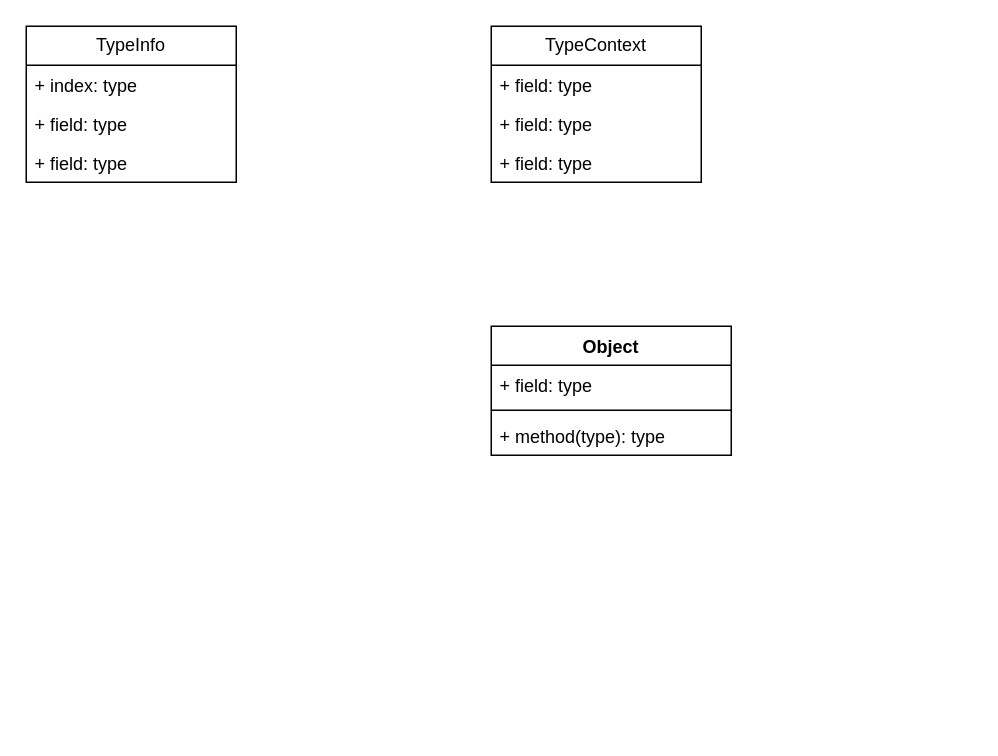
gdhzyz/draws keeps this draw.io diagram as page "第 2 页" (2 of 2) of 未命名绘图.drawio. Above is the earlier version. Source tidied: cells renumbered, new cells numbered last; positions are measured from the earlier drawing's top-left corner, leaving out a move shared by most shapes. Both pictures are drawn from the tidied source at 150%, with x=0, y=0 at pixel (26, 26).
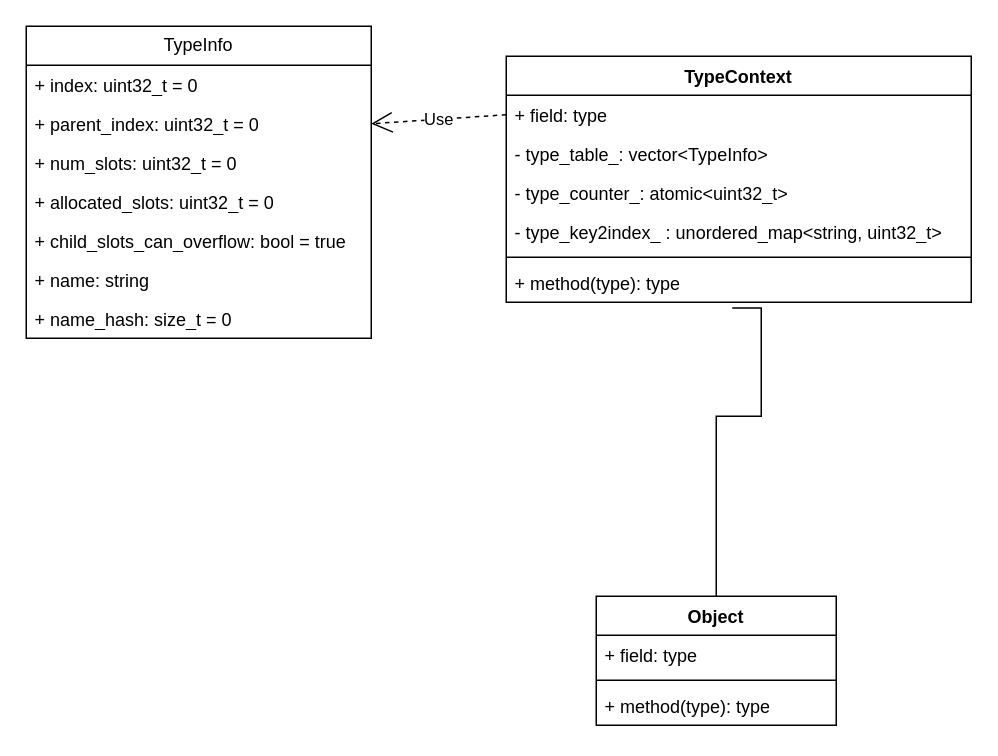
Above is the later version.

The edit, as a diff of the source:
```diff
@@
     <mxCell id="2" value="TypeInfo" style="swimlane;fontStyle=0;horizontal=1;startSize=26;fillColor=none;whiteSpace=wrap;html=1;" parent="1" vertex="1">
-      <mxGeometry width="140" height="104" as="geometry" />
+      <mxGeometry width="230" height="208" as="geometry" />
     </mxCell>
-    <mxCell id="3" value="+ index: type" style="text;strokeColor=none;fillColor=none;align=left;verticalAlign=top;spacingLeft=4;spacingRight=4;overflow=hidden;whiteSpace=wrap;html=1;" parent="2" vertex="1">
-      <mxGeometry y="26" width="140" height="26" as="geometry" />
+    <mxCell id="3" value="+ index: uint32_t = 0" style="text;strokeColor=none;fillColor=none;align=left;verticalAlign=top;spacingLeft=4;spacingRight=4;overflow=hidden;whiteSpace=wrap;html=1;" parent="2" vertex="1">
+      <mxGeometry y="26" width="230" height="26" as="geometry" />
     </mxCell>
-    <mxCell id="4" value="+ field: type" style="text;strokeColor=none;fillColor=none;align=left;verticalAlign=top;spacingLeft=4;spacingRight=4;overflow=hidden;points=[[0,0.5],[1,0.5]];portConstraint=eastwest;whiteSpace=wrap;html=1;" parent="2" vertex="1">
-      <mxGeometry y="52" width="140" height="26" as="geometry" />
+    <mxCell id="4" value="+ parent_index: uint32_t = 0" style="text;strokeColor=none;fillColor=none;align=left;verticalAlign=top;spacingLeft=4;spacingRight=4;overflow=hidden;points=[[0,0.5],[1,0.5]];portConstraint=eastwest;whiteSpace=wrap;html=1;" parent="2" vertex="1">
+      <mxGeometry y="52" width="230" height="26" as="geometry" />
     </mxCell>
-    <mxCell id="5" value="+ field: type" style="text;strokeColor=none;fillColor=none;align=left;verticalAlign=top;spacingLeft=4;spacingRight=4;overflow=hidden;whiteSpace=wrap;html=1;" parent="2" vertex="1">
-      <mxGeometry y="78" width="140" height="26" as="geometry" />
+    <mxCell id="5" value="+ num_slots: uint32_t = 0" style="text;strokeColor=none;fillColor=none;align=left;verticalAlign=top;spacingLeft=4;spacingRight=4;overflow=hidden;whiteSpace=wrap;html=1;" parent="2" vertex="1">
+      <mxGeometry y="78" width="230" height="26" as="geometry" />
     </mxCell>
-    <mxCell id="6" value="TypeContext" style="swimlane;fontStyle=0;horizontal=1;startSize=26;fillColor=none;whiteSpace=wrap;html=1;" parent="1" vertex="1">
-      <mxGeometry x="310" width="140" height="104" as="geometry" />
-    </mxCell>
-    <mxCell id="7" value="+ field: type" style="text;strokeColor=none;fillColor=none;align=left;verticalAlign=top;spacingLeft=4;spacingRight=4;overflow=hidden;whiteSpace=wrap;html=1;" parent="6" vertex="1">
-      <mxGeometry y="26" width="140" height="26" as="geometry" />
-    </mxCell>
-    <mxCell id="8" value="+ field: type" style="text;strokeColor=none;fillColor=none;align=left;verticalAlign=top;spacingLeft=4;spacingRight=4;overflow=hidden;whiteSpace=wrap;html=1;" parent="6" vertex="1">
-      <mxGeometry y="52" width="140" height="26" as="geometry" />
-    </mxCell>
-    <mxCell id="9" value="+ field: type" style="text;strokeColor=none;fillColor=none;align=left;verticalAlign=top;spacingLeft=4;spacingRight=4;overflow=hidden;whiteSpace=wrap;html=1;" parent="6" vertex="1">
-      <mxGeometry y="78" width="140" height="26" as="geometry" />
-    </mxCell>
+    <mxCell id="14" value="+ allocated_slots: uint32_t = 0" style="text;strokeColor=none;fillColor=none;align=left;verticalAlign=top;spacingLeft=4;spacingRight=4;overflow=hidden;whiteSpace=wrap;html=1;" parent="2" vertex="1">
+      <mxGeometry y="104" width="230" height="26" as="geometry" />
+    </mxCell>
+    <mxCell id="15" value="+ child_slots_can_overflow: bool = true" style="text;strokeColor=none;fillColor=none;align=left;verticalAlign=top;spacingLeft=4;spacingRight=4;overflow=hidden;whiteSpace=wrap;html=1;" parent="2" vertex="1">
+      <mxGeometry y="130" width="230" height="26" as="geometry" />
+    </mxCell>
+    <mxCell id="16" value="+ name: string" style="text;strokeColor=none;fillColor=none;align=left;verticalAlign=top;spacingLeft=4;spacingRight=4;overflow=hidden;whiteSpace=wrap;html=1;" parent="2" vertex="1">
+      <mxGeometry y="156" width="230" height="26" as="geometry" />
+    </mxCell>
+    <mxCell id="17" value="+ name_hash: size_t = 0" style="text;strokeColor=none;fillColor=none;align=left;verticalAlign=top;spacingLeft=4;spacingRight=4;overflow=hidden;whiteSpace=wrap;html=1;" parent="2" vertex="1">
+      <mxGeometry y="182" width="230" height="26" as="geometry" />
+    </mxCell>
     <mxCell id="10" value="Object" style="swimlane;fontStyle=1;align=center;verticalAlign=top;horizontal=1;startSize=26;whiteSpace=wrap;html=1;" parent="1" vertex="1">
-      <mxGeometry x="310" y="200" width="160" height="86" as="geometry" />
+      <mxGeometry x="380" y="380" width="160" height="86" as="geometry" />
     </mxCell>
@@
+    <mxCell id="18" style="endArrow=none;html=1;edgeStyle=orthogonalEdgeStyle;rounded=0;entryX=0.5;entryY=0;entryDx=0;entryDy=0;exitX=0.486;exitY=1.147;exitDx=0;exitDy=0;exitPerimeter=0;" parent="1" edge="1" source="25" target="10">
+      <mxGeometry relative="1" as="geometry">
+        <Array as="points">
+          <mxPoint x="490" y="188" />
+          <mxPoint x="490" y="260" />
+          <mxPoint x="460" y="260" />
+        </Array>
+      </mxGeometry>
+    </mxCell>
+    <mxCell id="19" value="Use" style="endArrow=open;endSize=12;dashed=1;html=1;rounded=0;entryX=1;entryY=0.5;entryDx=0;entryDy=0;exitX=0;exitY=0.5;exitDx=0;exitDy=0;" parent="1" edge="1" source="20" target="4">
+      <mxGeometry relative="1" as="geometry" />
+    </mxCell>
+    <mxCell id="6" value="TypeContext" style="swimlane;fontStyle=1;align=center;verticalAlign=top;horizontal=1;startSize=26;whiteSpace=wrap;html=1;" parent="1" vertex="1">
+      <mxGeometry x="320" y="20" width="310" height="164" as="geometry" />
+    </mxCell>
+    <mxCell id="20" value="+ field: type" style="text;strokeColor=none;fillColor=none;align=left;verticalAlign=top;spacingLeft=4;spacingRight=4;overflow=hidden;points=[[0,0.5],[1,0.5]];portConstraint=eastwest;whiteSpace=wrap;html=1;" parent="6" vertex="1">
+      <mxGeometry y="26" width="310" height="26" as="geometry" />
+    </mxCell>
+    <mxCell id="21" value="- type_table_&lt;span style=&quot;background-color: initial;&quot;&gt;: vector&amp;lt;TypeInfo&amp;gt;&lt;/span&gt;" style="text;strokeColor=none;fillColor=none;align=left;verticalAlign=top;spacingLeft=4;spacingRight=4;overflow=hidden;whiteSpace=wrap;html=1;" parent="6" vertex="1">
+      <mxGeometry y="52" width="310" height="26" as="geometry" />
+    </mxCell>
+    <mxCell id="22" value="- type_counter_: atomic&amp;lt;uint32_t&amp;gt;" style="text;strokeColor=none;fillColor=none;align=left;verticalAlign=top;spacingLeft=4;spacingRight=4;overflow=hidden;whiteSpace=wrap;html=1;" parent="6" vertex="1">
+      <mxGeometry y="78" width="310" height="26" as="geometry" />
+    </mxCell>
+    <mxCell id="23" value="-&amp;nbsp;type_key2index_&amp;nbsp;&lt;span style=&quot;background-color: initial;&quot;&gt;: unordered_map&amp;lt;string, uint32_t&amp;gt;&lt;/span&gt;" style="text;strokeColor=none;fillColor=none;align=left;verticalAlign=top;spacingLeft=4;spacingRight=4;overflow=hidden;whiteSpace=wrap;html=1;" parent="6" vertex="1">
+      <mxGeometry y="104" width="310" height="26" as="geometry" />
+    </mxCell>
+    <mxCell id="24" style="line;strokeWidth=1;fillColor=none;align=left;verticalAlign=middle;spacingTop=-1;spacingLeft=3;spacingRight=3;labelPosition=right;strokeColor=inherit;" parent="6" vertex="1">
+      <mxGeometry y="130" width="310" height="8" as="geometry" />
+    </mxCell>
+    <mxCell id="25" value="+ method(type): type" style="text;strokeColor=none;fillColor=none;align=left;verticalAlign=top;spacingLeft=4;spacingRight=4;overflow=hidden;points=[[0,0.5],[1,0.5]];portConstraint=eastwest;whiteSpace=wrap;html=1;" parent="6" vertex="1">
+      <mxGeometry y="138" width="310" height="26" as="geometry" />
+    </mxCell>
```
